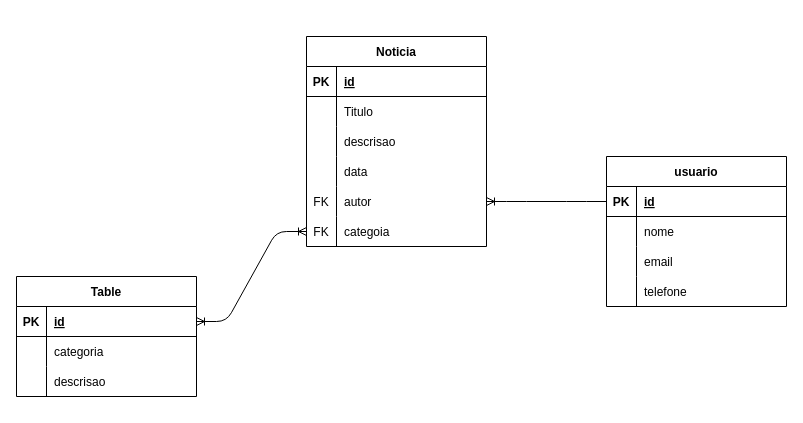
Above: backend/demo/docs/DiagramaBanco.drawio in ulisses953/Noticia (draw.io), before the change. Source tidied: cells renumbered, new cells numbered last; positions are measured from the earlier drawing's top-left corner, leaving out a move shared by most shapes. Both pictures are drawn from the tidied source at 100%, with x=0, y=0 at pixel (16, 36).
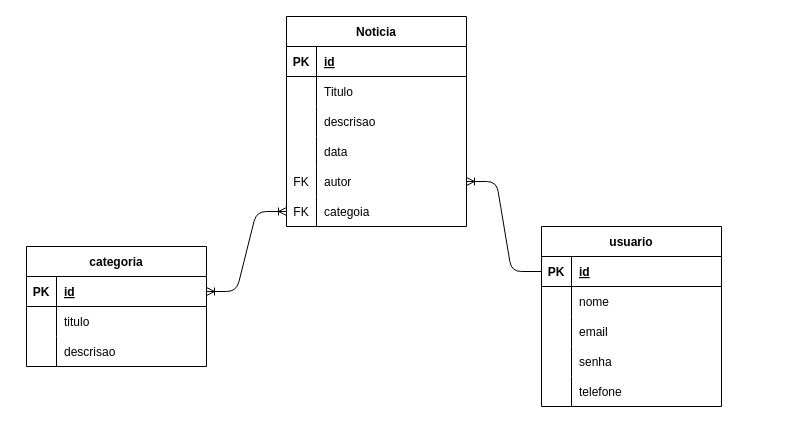
The same page after the edit.

Unchanged cells that the change refers to:
```xml
<mxCell id="31" style="shape=tableRow;horizontal=0;startSize=0;swimlaneHead=0;swimlaneBody=0;fillColor=none;top=0;left=0;right=0;bottom=0;" parent="21" vertex="1">
  <mxGeometry y="120" width="180" height="30" as="geometry" />
</mxCell>
<mxCell id="39" style="shape=tableRow;horizontal=0;startSize=0;swimlaneHead=0;swimlaneBody=0;fillColor=none;top=0;left=0;right=0;bottom=0;" parent="35" vertex="1">
  <mxGeometry y="60" width="180" height="30" as="geometry" />
</mxCell>
```

Diff of the diagram source:
```diff
@@
     <mxCell id="2" value="Noticia" style="shape=table;startSize=30;childLayout=tableLayout;rowLines=0;fontStyle=1;align=center;" parent="1" vertex="1">
-      <mxGeometry x="290" width="180" height="210" as="geometry" />
+      <mxGeometry x="270" y="-20" width="180" height="210" as="geometry" />
     </mxCell>
@@
     <mxCell id="21" value="usuario" style="shape=table;startSize=30;childLayout=tableLayout;rowLines=0;fontStyle=1;align=center;" parent="1" vertex="1">
-      <mxGeometry x="590" y="120" width="180" height="150" as="geometry" />
+      <mxGeometry x="525" y="190" width="180" height="180" as="geometry" />
     </mxCell>
@@
-    <mxCell id="33" value="telefone" style="shape=partialRectangle;fillColor=none;top=0;left=0;bottom=0;right=0;align=left;spacingLeft=6;overflow=hidden;" parent="31" vertex="1">
+    <mxCell id="33" value="senha" style="shape=partialRectangle;fillColor=none;top=0;left=0;bottom=0;right=0;align=left;spacingLeft=6;overflow=hidden;" parent="31" vertex="1">
       <mxGeometry x="30" width="150" height="30" as="geometry" />
     </mxCell>
+    <mxCell id="46" style="shape=tableRow;horizontal=0;startSize=0;swimlaneHead=0;swimlaneBody=0;fillColor=none;top=0;left=0;right=0;bottom=0;" parent="21" vertex="1">
+      <mxGeometry y="150" width="180" height="30" as="geometry" />
+    </mxCell>
+    <mxCell id="47" style="shape=partialRectangle;fillColor=none;top=0;left=0;bottom=0;right=0;overflow=hidden;" parent="46" vertex="1">
+      <mxGeometry width="30" height="30" as="geometry" />
+    </mxCell>
+    <mxCell id="48" value="telefone" style="shape=partialRectangle;fillColor=none;top=0;left=0;bottom=0;right=0;align=left;spacingLeft=6;overflow=hidden;" parent="46" vertex="1">
+      <mxGeometry x="30" width="150" height="30" as="geometry" />
+    </mxCell>
@@
-    <mxCell id="35" value="Table" style="shape=table;startSize=30;childLayout=tableLayout;rowLines=0;fontStyle=1;align=center;" parent="1" vertex="1">
-      <mxGeometry y="240" width="180" height="120" as="geometry" />
+    <mxCell id="35" value="categoria" style="shape=table;startSize=30;childLayout=tableLayout;rowLines=0;fontStyle=1;align=center;" parent="1" vertex="1">
+      <mxGeometry x="10" y="210" width="180" height="120" as="geometry" />
     </mxCell>
@@
-    <mxCell id="41" value="categoria" style="shape=partialRectangle;fillColor=none;top=0;left=0;bottom=0;right=0;align=left;spacingLeft=6;overflow=hidden;" parent="39" vertex="1">
+    <mxCell id="41" value="titulo" style="shape=partialRectangle;fillColor=none;top=0;left=0;bottom=0;right=0;align=left;spacingLeft=6;overflow=hidden;" parent="39" vertex="1">
       <mxGeometry x="30" width="150" height="30" as="geometry" />
     </mxCell>
```
